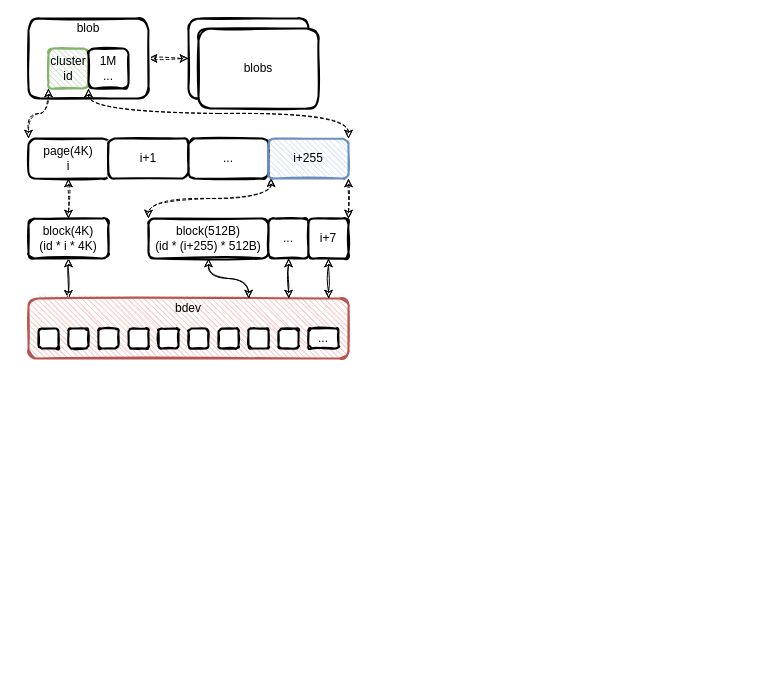
Before: page "blobstore" (1 of 3) of spdk/spdk_blobstore.drawio in EarthWind/deeparch, a draw.io diagram. Source tidied: cells renumbered, new cells numbered last; positions are measured from the earlier drawing's top-left corner, leaving out a move shared by most shapes. Both pictures are drawn from the tidied source at 100%, with x=0, y=0 at pixel (28, 18).
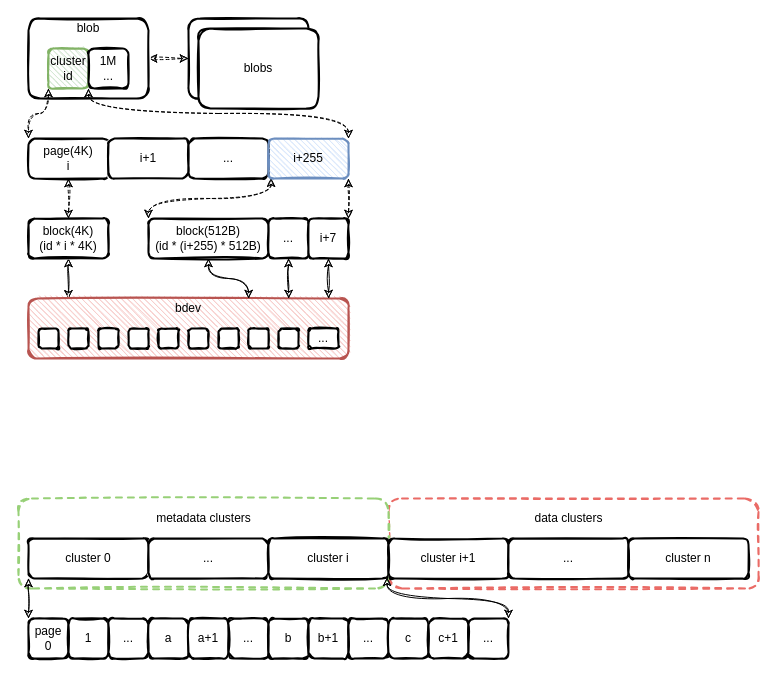
The same diagram, later.

What changed in the source:
```diff
@@
+    <mxCell id="38" style="rounded=1;whiteSpace=wrap;html=1;strokeWidth=2;fillWeight=1;hachureGap=4;hachureAngle=45;sketch=1;dashed=1;strokeColor=#EA6B66;" parent="1" vertex="1">
+      <mxGeometry x="360" y="480" width="370" height="90" as="geometry" />
+    </mxCell>
+    <mxCell id="39" style="rounded=1;whiteSpace=wrap;html=1;strokeWidth=2;fillWeight=1;hachureGap=4;hachureAngle=45;sketch=1;dashed=1;strokeColor=#97D077;" parent="1" vertex="1">
+      <mxGeometry x="-10" y="480" width="370" height="90" as="geometry" />
+    </mxCell>
@@
+    <mxCell id="40" value="cluster 0" style="rounded=1;whiteSpace=wrap;html=1;strokeWidth=2;fillWeight=1;hachureGap=4;hachureAngle=45;sketch=1;" parent="1" vertex="1">
+      <mxGeometry y="520" width="120" height="40" as="geometry" />
+    </mxCell>
+    <mxCell id="41" value="..." style="rounded=1;whiteSpace=wrap;html=1;strokeWidth=2;fillWeight=1;hachureGap=4;hachureAngle=45;sketch=1;" parent="1" vertex="1">
+      <mxGeometry x="120" y="520" width="120" height="40" as="geometry" />
+    </mxCell>
+    <mxCell id="42" value="page&lt;br&gt;0" style="rounded=1;whiteSpace=wrap;html=1;strokeWidth=2;fillWeight=1;hachureGap=4;hachureAngle=45;sketch=1;" parent="1" vertex="1">
+      <mxGeometry y="600" width="40" height="40" as="geometry" />
+    </mxCell>
+    <mxCell id="43" value="cluster i" style="rounded=1;whiteSpace=wrap;html=1;strokeWidth=2;fillWeight=1;hachureGap=4;hachureAngle=45;sketch=1;" parent="1" vertex="1">
+      <mxGeometry x="240" y="520" width="120" height="40" as="geometry" />
+    </mxCell>
+    <mxCell id="44" style="edgeStyle=orthogonalEdgeStyle;curved=1;rounded=0;sketch=1;jettySize=auto;html=1;exitX=0.988;exitY=0.972;exitDx=0;exitDy=0;entryX=1;entryY=0;entryDx=0;entryDy=0;startArrow=classic;startFill=1;exitPerimeter=0;" parent="1" edge="1" source="43" target="61">
+      <mxGeometry relative="1" as="geometry">
+        <Array as="points">
+          <mxPoint x="359" y="580" />
+          <mxPoint x="480" y="580" />
+        </Array>
+      </mxGeometry>
+    </mxCell>
+    <mxCell id="45" value="cluster i+1" style="rounded=1;whiteSpace=wrap;html=1;strokeWidth=2;fillWeight=1;hachureGap=4;hachureAngle=45;sketch=1;" parent="1" vertex="1">
+      <mxGeometry x="360" y="520" width="120" height="40" as="geometry" />
+    </mxCell>
+    <mxCell id="46" value="..." style="rounded=1;whiteSpace=wrap;html=1;strokeWidth=2;fillWeight=1;hachureGap=4;hachureAngle=45;sketch=1;" parent="1" vertex="1">
+      <mxGeometry x="480" y="520" width="120" height="40" as="geometry" />
+    </mxCell>
+    <mxCell id="47" value="cluster n" style="rounded=1;whiteSpace=wrap;html=1;strokeWidth=2;fillWeight=1;hachureGap=4;hachureAngle=45;sketch=1;" parent="1" vertex="1">
+      <mxGeometry x="600" y="520" width="120" height="40" as="geometry" />
+    </mxCell>
+    <mxCell id="48" style="edgeStyle=orthogonalEdgeStyle;curved=1;rounded=0;sketch=1;jettySize=auto;html=1;exitX=0;exitY=1;exitDx=0;exitDy=0;entryX=0;entryY=0;entryDx=0;entryDy=0;startArrow=classic;startFill=1;" parent="1" edge="1" source="40" target="42">
+      <mxGeometry relative="1" as="geometry" />
+    </mxCell>
+    <mxCell id="49" value="metadata clusters" style="text;html=1;align=center;verticalAlign=middle;strokeColor=none;" parent="1" vertex="1">
+      <mxGeometry x="120" y="490" width="110" height="20" as="geometry" />
+    </mxCell>
+    <mxCell id="50" value="data clusters" style="text;html=1;align=center;verticalAlign=middle;strokeColor=none;" parent="1" vertex="1">
+      <mxGeometry x="500" y="490" width="80" height="20" as="geometry" />
+    </mxCell>
+    <mxCell id="51" value="1" style="rounded=1;whiteSpace=wrap;html=1;strokeWidth=2;fillWeight=1;hachureGap=4;hachureAngle=45;sketch=1;" parent="1" vertex="1">
+      <mxGeometry x="40" y="600" width="40" height="40" as="geometry" />
+    </mxCell>
+    <mxCell id="52" value="..." style="rounded=1;whiteSpace=wrap;html=1;strokeWidth=2;fillWeight=1;hachureGap=4;hachureAngle=45;sketch=1;" parent="1" vertex="1">
+      <mxGeometry x="80" y="600" width="40" height="40" as="geometry" />
+    </mxCell>
+    <mxCell id="53" value="a" style="rounded=1;whiteSpace=wrap;html=1;strokeWidth=2;fillWeight=1;hachureGap=4;hachureAngle=45;sketch=1;" parent="1" vertex="1">
+      <mxGeometry x="120" y="600" width="40" height="40" as="geometry" />
+    </mxCell>
+    <mxCell id="54" value="a+1" style="rounded=1;whiteSpace=wrap;html=1;strokeWidth=2;fillWeight=1;hachureGap=4;hachureAngle=45;sketch=1;" parent="1" vertex="1">
+      <mxGeometry x="160" y="600" width="40" height="40" as="geometry" />
+    </mxCell>
+    <mxCell id="55" value="..." style="rounded=1;whiteSpace=wrap;html=1;strokeWidth=2;fillWeight=1;hachureGap=4;hachureAngle=45;sketch=1;" parent="1" vertex="1">
+      <mxGeometry x="200" y="600" width="40" height="40" as="geometry" />
+    </mxCell>
+    <mxCell id="56" value="b" style="rounded=1;whiteSpace=wrap;html=1;strokeWidth=2;fillWeight=1;hachureGap=4;hachureAngle=45;sketch=1;" parent="1" vertex="1">
+      <mxGeometry x="240" y="600" width="40" height="40" as="geometry" />
+    </mxCell>
+    <mxCell id="57" value="b+1" style="rounded=1;whiteSpace=wrap;html=1;strokeWidth=2;fillWeight=1;hachureGap=4;hachureAngle=45;sketch=1;" parent="1" vertex="1">
+      <mxGeometry x="280" y="600" width="40" height="40" as="geometry" />
+    </mxCell>
+    <mxCell id="58" value="..." style="rounded=1;whiteSpace=wrap;html=1;strokeWidth=2;fillWeight=1;hachureGap=4;hachureAngle=45;sketch=1;" parent="1" vertex="1">
+      <mxGeometry x="320" y="600" width="40" height="40" as="geometry" />
+    </mxCell>
+    <mxCell id="59" value="c" style="rounded=1;whiteSpace=wrap;html=1;strokeWidth=2;fillWeight=1;hachureGap=4;hachureAngle=45;sketch=1;" parent="1" vertex="1">
+      <mxGeometry x="360" y="600" width="40" height="40" as="geometry" />
+    </mxCell>
+    <mxCell id="60" value="c+1" style="rounded=1;whiteSpace=wrap;html=1;strokeWidth=2;fillWeight=1;hachureGap=4;hachureAngle=45;sketch=1;" parent="1" vertex="1">
+      <mxGeometry x="400" y="600" width="40" height="40" as="geometry" />
+    </mxCell>
+    <mxCell id="61" value="..." style="rounded=1;whiteSpace=wrap;html=1;strokeWidth=2;fillWeight=1;hachureGap=4;hachureAngle=45;sketch=1;" parent="1" vertex="1">
+      <mxGeometry x="440" y="600" width="40" height="40" as="geometry" />
+    </mxCell>
```
